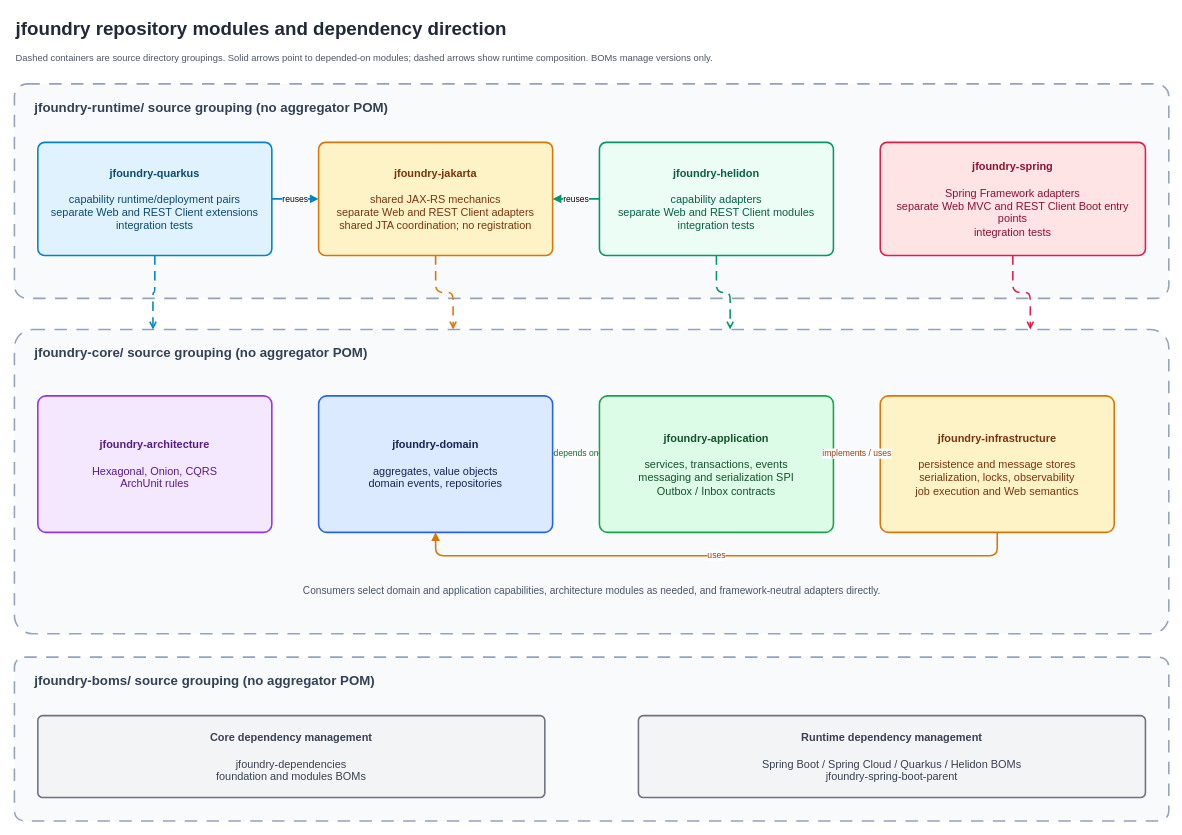
The draw.io diagram docs/i18n/assets/jfoundry-module-architecture.drawio in huahill/jfoundry, before the edit. Source tidied: cells renumbered, new cells numbered last; positions are measured from the earlier drawing's top-left corner, leaving out a move shared by most shapes. Both pictures are drawn from the tidied source at 78%, with x=0, y=0 at pixel (14, 13).
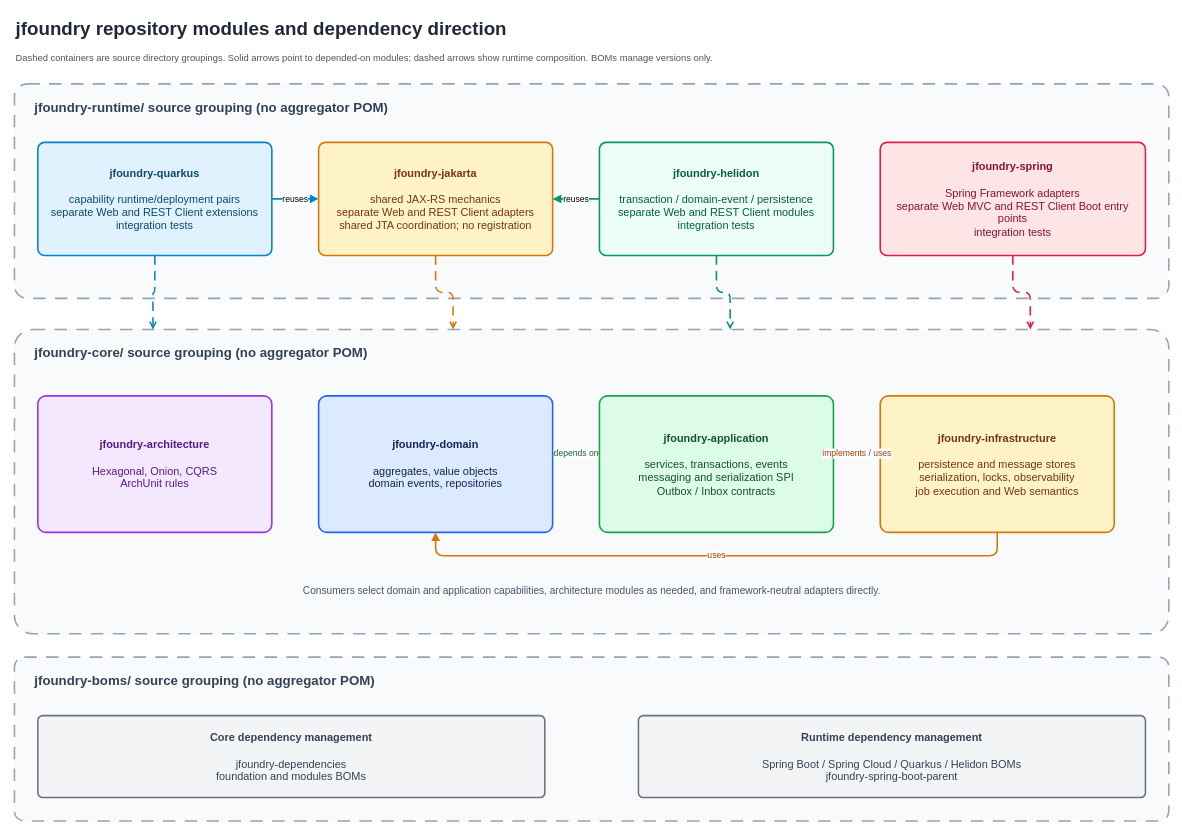
Above is the later version.

The edit, as a diff of the source:
```diff
@@
-    <mxCell id="7" value="&lt;b&gt;jfoundry-helidon&lt;/b&gt;&lt;br&gt;&lt;br&gt;capability adapters&lt;br&gt;separate Web and REST Client modules&lt;br&gt;integration tests" style="rounded=1;arcSize=6;whiteSpace=wrap;html=1;fillColor=#ECFDF5;strokeColor=#059669;strokeWidth=2;fontColor=#065F46;fontSize=14;align=center;verticalAlign=middle;spacing=10;" parent="1" vertex="1">
+    <mxCell id="7" value="&lt;b&gt;jfoundry-helidon&lt;/b&gt;&lt;br&gt;&lt;br&gt;transaction / domain-event / persistence&lt;br&gt;separate Web and REST Client modules&lt;br&gt;integration tests" style="rounded=1;arcSize=6;whiteSpace=wrap;html=1;fillColor=#ECFDF5;strokeColor=#059669;strokeWidth=2;fontColor=#065F46;fontSize=14;align=center;verticalAlign=middle;spacing=10;" parent="1" vertex="1">
       <mxGeometry x="750" y="165" width="300" height="145" as="geometry" />
     </mxCell>
```
